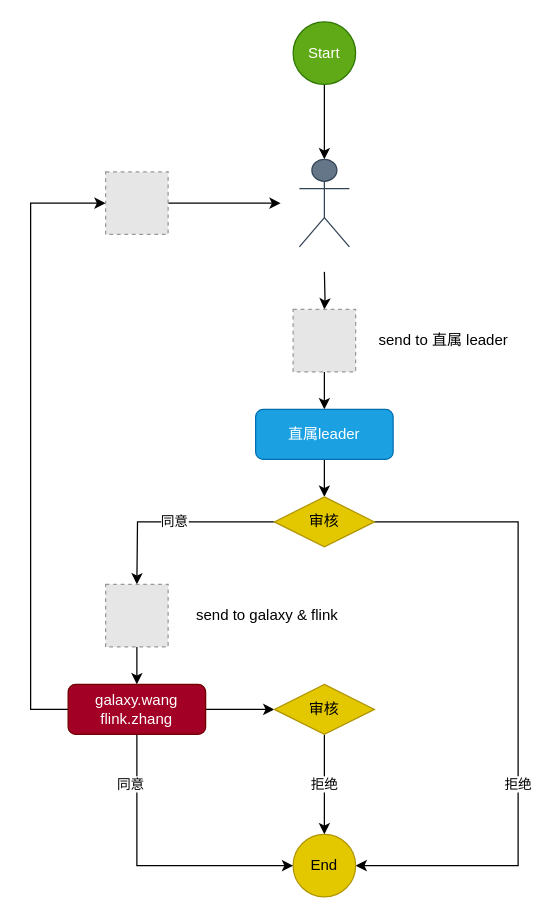
This is test.drawio from zhangyuanyin/flowchar_public, a draw.io file, before an edit. Source tidied: cells renumbered, new cells numbered last; positions are measured from the earlier drawing's top-left corner, leaving out a move shared by most shapes. Both pictures are drawn from the tidied source at 125%, with x=0, y=0 at pixel (30, 21). Pictures stored in the file or linked from it are replaced by grey dashed boxes.
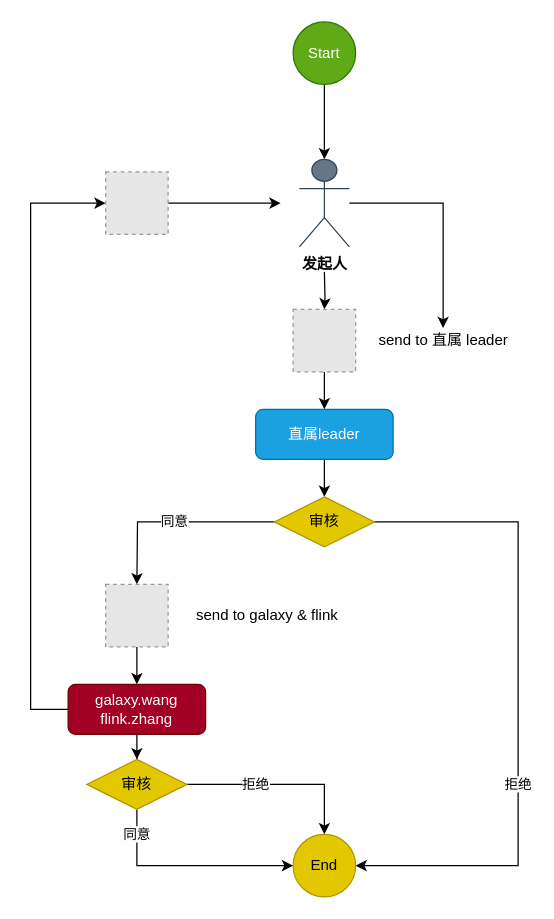
Above is the later version.

Unchanged cells that the change refers to:
```xml
<mxCell id="13" value="End" style="ellipse;whiteSpace=wrap;html=1;fillColor=#e3c800;fontColor=#000000;strokeColor=#B09500;" parent="1" vertex="1">
  <mxGeometry x="210" y="650" width="50" height="50" as="geometry" />
</mxCell>
<mxCell id="14" value="send to 直属 leader" style="text;html=1;align=center;verticalAlign=middle;points=[];strokeColor=none;fillColor=none;" parent="1" vertex="1">
  <mxGeometry x="270" y="245" width="120" height="20" as="geometry" />
</mxCell>
<mxCell id="18" value="galaxy.wang&lt;br&gt;flink.zhang" style="rounded=1;whiteSpace=wrap;html=1;fillColor=#a20025;fontColor=#ffffff;strokeColor=#6F0000;" parent="1" vertex="1">
  <mxGeometry x="30" y="530" width="110" height="40" as="geometry" />
</mxCell>
```

Change to the diagram source:
```diff
@@
+    <mxCell id="26" style="edgeStyle=orthogonalEdgeStyle;rounded=0;jettySize=auto;html=1;fontColor=#FFB570;" parent="1" edge="1" source="6" target="14">
+      <mxGeometry relative="1" as="geometry" />
+    </mxCell>
-    <mxCell id="6" value="&lt;b&gt;发起人&lt;/b&gt;" style="shape=umlActor;verticalLabelPosition=bottom;verticalAlign=top;html=1;outlineConnect=0;fillColor=#647687;fontColor=#ffffff;strokeColor=#314354;" parent="1" vertex="1">
+    <mxCell id="6" value="&lt;b&gt;&lt;font color=&quot;#000000&quot;&gt;发起人&lt;/font&gt;&lt;/b&gt;" style="shape=umlActor;verticalLabelPosition=bottom;verticalAlign=top;html=1;outlineConnect=0;fillColor=#647687;fontColor=#ffffff;strokeColor=#314354;" parent="1" vertex="1">
       <mxGeometry x="215" y="110" width="40" height="70" as="geometry" />
     </mxCell>
@@
-    <mxCell id="15" style="edgeStyle=orthogonalEdgeStyle;rounded=0;jettySize=auto;html=1;entryX=0;entryY=0.5;entryDx=0;entryDy=0;fontColor=#000000;" parent="1" edge="1" source="18" target="23">
-      <mxGeometry relative="1" as="geometry" />
-    </mxCell>
-    <mxCell id="16" value="同意" style="edgeStyle=orthogonalEdgeStyle;rounded=0;jettySize=auto;html=1;entryX=0;entryY=0.5;entryDx=0;entryDy=0;fontColor=#000000;" parent="1" edge="1" source="18" target="13">
-      <mxGeometry x="-0.65" y="-5" relative="1" as="geometry">
+    <mxCell id="16" value="同意" style="edgeStyle=orthogonalEdgeStyle;rounded=0;jettySize=auto;html=1;entryX=0;entryY=0.5;entryDx=0;entryDy=0;fontColor=#000000;" parent="1" edge="1" target="13">
+      <mxGeometry x="-0.76" relative="1" as="geometry">
+        <mxPoint x="85" y="630" as="sourcePoint" />
         <Array as="points">
           <mxPoint x="85" y="675" />
         </Array>
       </mxGeometry>
     </mxCell>
@@
+    <mxCell id="15" style="edgeStyle=orthogonalEdgeStyle;rounded=0;jettySize=auto;html=1;entryX=0.5;entryY=0;entryDx=0;entryDy=0;fontColor=#000000;" parent="1" edge="1" source="18" target="23">
+      <mxGeometry relative="1" as="geometry" />
+    </mxCell>
@@
     <mxCell id="22" value="拒绝" style="edgeStyle=orthogonalEdgeStyle;rounded=0;jettySize=auto;html=1;entryX=0.5;entryY=0;entryDx=0;entryDy=0;fontColor=#000000;" parent="1" edge="1" source="23" target="13">
-      <mxGeometry relative="1" as="geometry" />
+      <mxGeometry x="-0.27" relative="1" as="geometry">
+        <Array as="points">
+          <mxPoint x="235" y="610" />
+        </Array>
+      </mxGeometry>
     </mxCell>
     <mxCell id="23" value="审核" style="rhombus;whiteSpace=wrap;html=1;fillColor=#e3c800;fontColor=#000000;strokeColor=#B09500;" parent="1" vertex="1">
-      <mxGeometry x="195" y="530" width="80" height="40" as="geometry" />
+      <mxGeometry x="45" y="590" width="80" height="40" as="geometry" />
     </mxCell>
```
